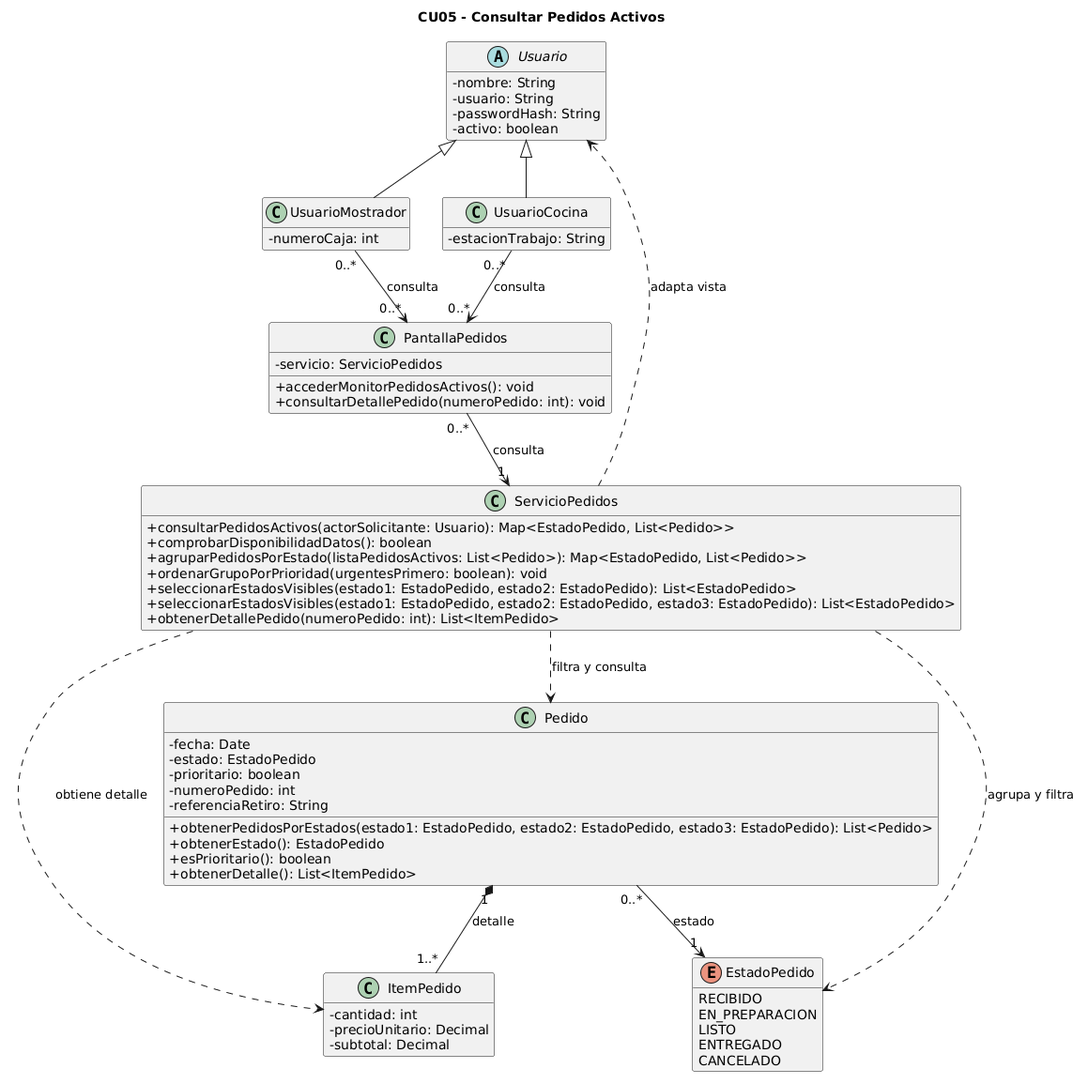
Earlier version of the PlantUML export diagramas/01-diagrama-clases/05-clases-consultar-pedidos-activos-05.png (eloeyhe/SistemaPedidos).
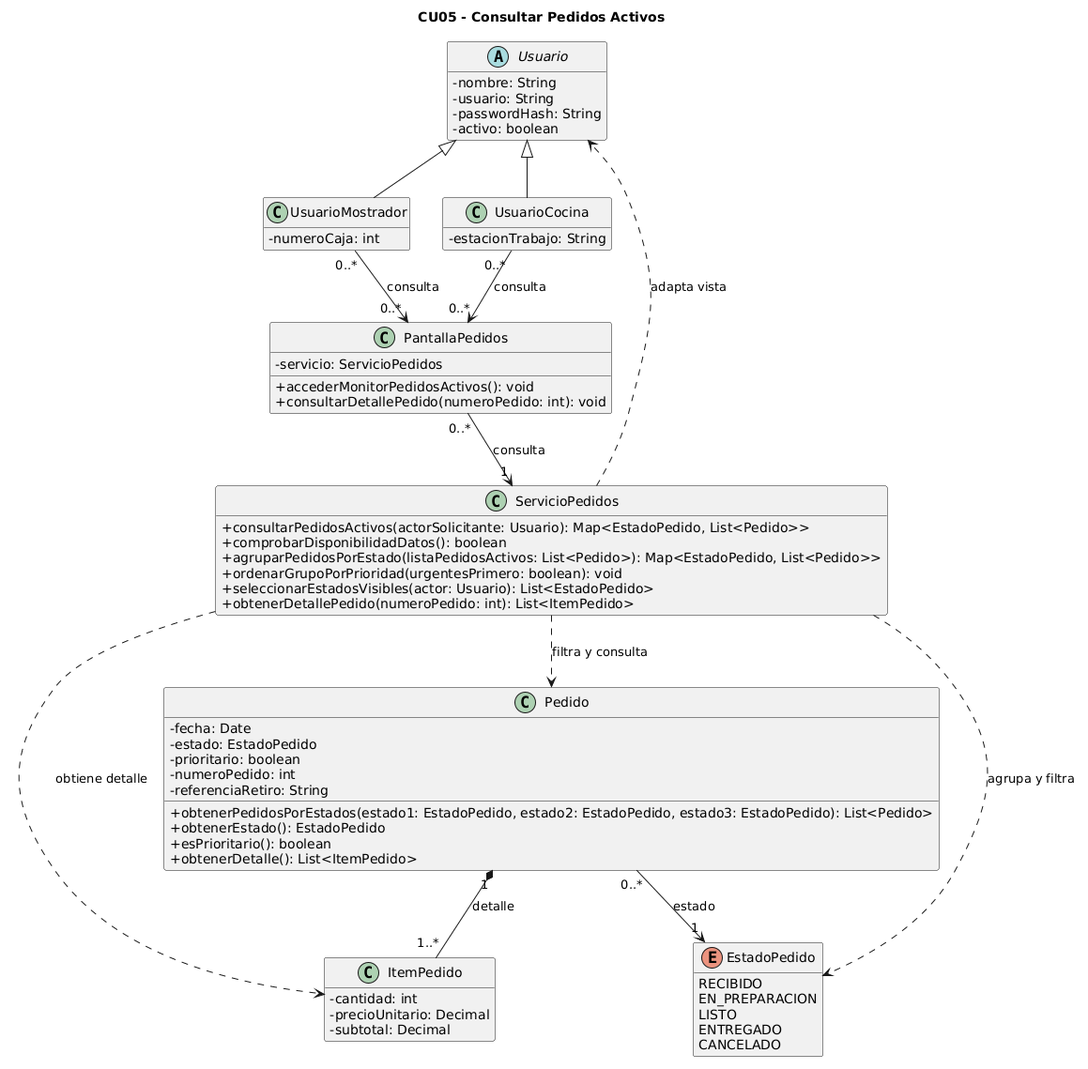
Above is the later version.

Change to the diagram source:
```diff
@@ -29,8 +29,7 @@
   + comprobarDisponibilidadDatos(): boolean
   + agruparPedidosPorEstado(listaPedidosActivos: List<Pedido>): Map<EstadoPedido, List<Pedido>>
   + ordenarGrupoPorPrioridad(urgentesPrimero: boolean): void
-  + seleccionarEstadosVisibles(estado1: EstadoPedido, estado2: EstadoPedido): List<EstadoPedido>
-  + seleccionarEstadosVisibles(estado1: EstadoPedido, estado2: EstadoPedido, estado3: EstadoPedido): List<EstadoPedido>
+  + seleccionarEstadosVisibles(actor: Usuario): List<EstadoPedido>
   + obtenerDetallePedido(numeroPedido: int): List<ItemPedido>
 }
 
```
